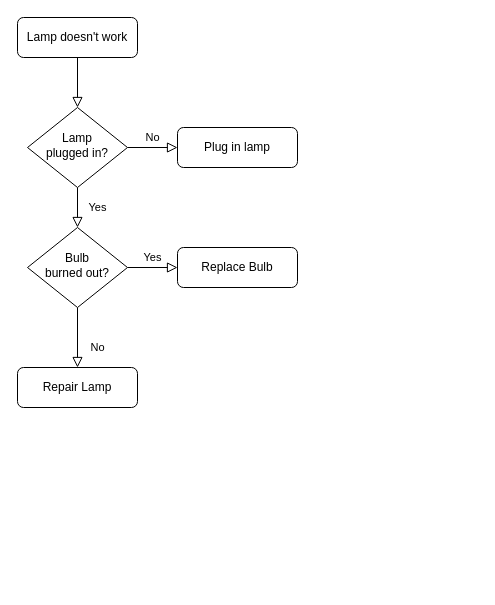
The draw.io diagram Untitled Diagram.drawio in binlong09/simple-budget, before the edit. Source tidied: cells renumbered, new cells numbered last; positions are measured from the earlier drawing's top-left corner, leaving out a move shared by most shapes. Both pictures are drawn from the tidied source at 100%, with x=0, y=0 at pixel (17, 17).
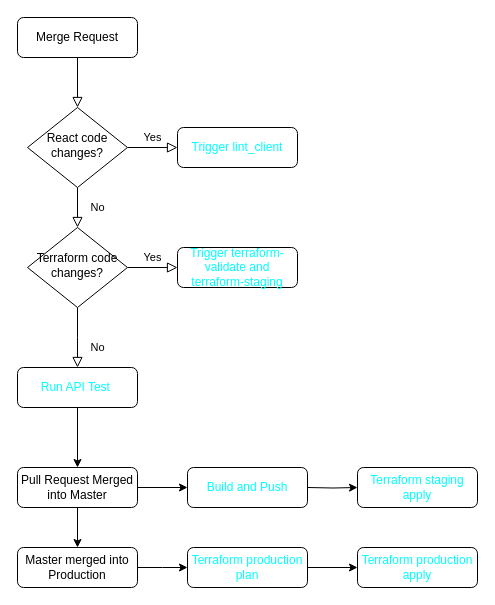
Above is the later version.

The edit, as a diff of the source:
```diff
@@
-    <mxCell id="3" value="Lamp doesn't work" style="rounded=1;whiteSpace=wrap;html=1;fontSize=12;glass=0;strokeWidth=1;shadow=0;" parent="1" vertex="1">
+    <mxCell id="3" value="Merge Request" style="rounded=1;whiteSpace=wrap;html=1;fontSize=12;glass=0;strokeWidth=1;shadow=0;" parent="1" vertex="1">
       <mxGeometry width="120" height="40" as="geometry" />
     </mxCell>
-    <mxCell id="4" value="Yes" style="rounded=0;html=1;jettySize=auto;fontSize=11;endArrow=block;endFill=0;endSize=8;strokeWidth=1;shadow=0;labelBackgroundColor=none;edgeStyle=orthogonalEdgeStyle;" parent="1" edge="1" source="6" target="10">
+    <mxCell id="4" value="No" style="rounded=0;html=1;jettySize=auto;fontSize=11;endArrow=block;endFill=0;endSize=8;strokeWidth=1;shadow=0;labelBackgroundColor=none;edgeStyle=orthogonalEdgeStyle;" parent="1" edge="1" source="6" target="10">
       <mxGeometry y="20" relative="1" as="geometry" />
     </mxCell>
-    <mxCell id="5" value="No" style="edgeStyle=orthogonalEdgeStyle;rounded=0;html=1;jettySize=auto;fontSize=11;endArrow=block;endFill=0;endSize=8;strokeWidth=1;shadow=0;labelBackgroundColor=none;" parent="1" edge="1" source="6" target="7">
+    <mxCell id="5" value="Yes" style="edgeStyle=orthogonalEdgeStyle;rounded=0;html=1;jettySize=auto;fontSize=11;endArrow=block;endFill=0;endSize=8;strokeWidth=1;shadow=0;labelBackgroundColor=none;" parent="1" edge="1" source="6" target="7">
       <mxGeometry y="10" relative="1" as="geometry" />
     </mxCell>
-    <mxCell id="6" value="Lamp&lt;br&gt;plugged in?" style="rhombus;whiteSpace=wrap;html=1;shadow=0;fontFamily=Helvetica;fontSize=12;align=center;strokeWidth=1;spacing=6;spacingTop=-4;" parent="1" vertex="1">
+    <mxCell id="6" value="React code changes?" style="rhombus;whiteSpace=wrap;html=1;shadow=0;fontFamily=Helvetica;fontSize=12;align=center;strokeWidth=1;spacing=6;spacingTop=-4;" parent="1" vertex="1">
       <mxGeometry x="10" y="90" width="100" height="80" as="geometry" />
     </mxCell>
-    <mxCell id="7" value="Plug in lamp" style="rounded=1;whiteSpace=wrap;html=1;fontSize=12;glass=0;strokeWidth=1;shadow=0;" parent="1" vertex="1">
+    <mxCell id="7" value="&lt;font color=&quot;#00ffff&quot;&gt;Trigger lint_client&lt;/font&gt;" style="rounded=1;whiteSpace=wrap;html=1;fontSize=12;glass=0;strokeWidth=1;shadow=0;" parent="1" vertex="1">
       <mxGeometry x="160" y="110" width="120" height="40" as="geometry" />
     </mxCell>
-    <mxCell id="8" value="No" style="rounded=0;html=1;jettySize=auto;fontSize=11;endArrow=block;endFill=0;endSize=8;strokeWidth=1;shadow=0;labelBackgroundColor=none;edgeStyle=orthogonalEdgeStyle;" parent="1" edge="1" source="10" target="11">
-      <mxGeometry x="0.33" y="20" relative="1" as="geometry" />
+    <mxCell id="8" value="No" style="rounded=0;html=1;jettySize=auto;fontSize=11;endArrow=block;endFill=0;endSize=8;strokeWidth=1;shadow=0;labelBackgroundColor=none;edgeStyle=orthogonalEdgeStyle;" parent="1" edge="1" source="10">
+      <mxGeometry x="0.33" y="20" relative="1" as="geometry">
+        <mxPoint x="60" y="350" as="targetPoint" />
+      </mxGeometry>
     </mxCell>
@@
-    <mxCell id="10" value="Bulb&lt;br&gt;burned out?" style="rhombus;whiteSpace=wrap;html=1;shadow=0;fontFamily=Helvetica;fontSize=12;align=center;strokeWidth=1;spacing=6;spacingTop=-4;" parent="1" vertex="1">
+    <mxCell id="10" value="Terraform code changes?" style="rhombus;whiteSpace=wrap;html=1;shadow=0;fontFamily=Helvetica;fontSize=12;align=center;strokeWidth=1;spacing=6;spacingTop=-4;" parent="1" vertex="1">
       <mxGeometry x="10" y="210" width="100" height="80" as="geometry" />
     </mxCell>
-    <mxCell id="11" value="Repair Lamp" style="rounded=1;whiteSpace=wrap;html=1;fontSize=12;glass=0;strokeWidth=1;shadow=0;" parent="1" vertex="1">
-      <mxGeometry y="350" width="120" height="40" as="geometry" />
-    </mxCell>
-    <mxCell id="12" value="Replace Bulb" style="rounded=1;whiteSpace=wrap;html=1;fontSize=12;glass=0;strokeWidth=1;shadow=0;" parent="1" vertex="1">
+    <mxCell id="12" value="&lt;font color=&quot;#00ffff&quot;&gt;Trigger terraform-validate and terraform-staging&lt;/font&gt;" style="rounded=1;whiteSpace=wrap;html=1;fontSize=12;glass=0;strokeWidth=1;shadow=0;" parent="1" vertex="1">
       <mxGeometry x="160" y="230" width="120" height="40" as="geometry" />
     </mxCell>
+    <mxCell id="13" style="edgeStyle=orthogonalEdgeStyle;rounded=0;jettySize=auto;html=1;entryX=0.5;entryY=0;entryDx=0;entryDy=0;" parent="1" edge="1" source="14" target="17">
+      <mxGeometry relative="1" as="geometry" />
+    </mxCell>
+    <mxCell id="14" value="&lt;font color=&quot;#00ffff&quot;&gt;Run API Test&amp;nbsp;&lt;/font&gt;" style="rounded=1;whiteSpace=wrap;html=1;fontSize=12;glass=0;strokeWidth=1;shadow=0;" parent="1" vertex="1">
+      <mxGeometry y="350" width="120" height="40" as="geometry" />
+    </mxCell>
+    <mxCell id="15" style="edgeStyle=orthogonalEdgeStyle;rounded=0;jettySize=auto;html=1;entryX=0;entryY=0.5;entryDx=0;entryDy=0;" parent="1" edge="1" source="17" target="18">
+      <mxGeometry relative="1" as="geometry" />
+    </mxCell>
+    <mxCell id="16" style="edgeStyle=orthogonalEdgeStyle;rounded=0;jettySize=auto;html=1;entryX=0.5;entryY=0;entryDx=0;entryDy=0;" parent="1" edge="1" source="17" target="22">
+      <mxGeometry relative="1" as="geometry" />
+    </mxCell>
+    <mxCell id="17" value="Pull Request Merged into Master" style="rounded=1;whiteSpace=wrap;html=1;fontSize=12;glass=0;strokeWidth=1;shadow=0;" parent="1" vertex="1">
+      <mxGeometry y="450" width="120" height="40" as="geometry" />
+    </mxCell>
+    <mxCell id="18" value="&lt;font color=&quot;#00ffff&quot;&gt;Build and Push&lt;/font&gt;" style="rounded=1;whiteSpace=wrap;html=1;fontSize=12;glass=0;strokeWidth=1;shadow=0;" parent="1" vertex="1">
+      <mxGeometry x="170" y="450" width="120" height="40" as="geometry" />
+    </mxCell>
+    <mxCell id="19" style="edgeStyle=orthogonalEdgeStyle;rounded=0;jettySize=auto;html=1;" parent="1" edge="1" target="20">
+      <mxGeometry relative="1" as="geometry">
+        <mxPoint x="290" y="470" as="sourcePoint" />
+      </mxGeometry>
+    </mxCell>
+    <mxCell id="20" value="&lt;font color=&quot;#00ffff&quot;&gt;Terraform staging apply&lt;/font&gt;" style="rounded=1;whiteSpace=wrap;html=1;fontSize=12;glass=0;strokeWidth=1;shadow=0;" parent="1" vertex="1">
+      <mxGeometry x="340" y="450" width="120" height="40" as="geometry" />
+    </mxCell>
+    <mxCell id="21" style="edgeStyle=orthogonalEdgeStyle;rounded=0;jettySize=auto;html=1;" parent="1" edge="1" source="22">
+      <mxGeometry relative="1" as="geometry">
+        <mxPoint x="170" y="550" as="targetPoint" />
+      </mxGeometry>
+    </mxCell>
+    <mxCell id="22" value="Master merged into Production" style="rounded=1;whiteSpace=wrap;html=1;fontSize=12;glass=0;strokeWidth=1;shadow=0;" parent="1" vertex="1">
+      <mxGeometry y="530" width="120" height="40" as="geometry" />
+    </mxCell>
+    <mxCell id="23" style="edgeStyle=orthogonalEdgeStyle;rounded=0;jettySize=auto;html=1;entryX=0;entryY=0.5;entryDx=0;entryDy=0;" parent="1" edge="1" source="24" target="25">
+      <mxGeometry relative="1" as="geometry" />
+    </mxCell>
+    <mxCell id="24" value="&lt;font color=&quot;#00ffff&quot;&gt;Terraform production plan&lt;/font&gt;" style="rounded=1;whiteSpace=wrap;html=1;fontSize=12;glass=0;strokeWidth=1;shadow=0;" parent="1" vertex="1">
+      <mxGeometry x="170" y="530" width="120" height="40" as="geometry" />
+    </mxCell>
+    <mxCell id="25" value="&lt;font color=&quot;#00ffff&quot;&gt;Terraform production apply&lt;/font&gt;" style="rounded=1;whiteSpace=wrap;html=1;fontSize=12;glass=0;strokeWidth=1;shadow=0;" parent="1" vertex="1">
+      <mxGeometry x="340" y="530" width="120" height="40" as="geometry" />
+    </mxCell>
```
